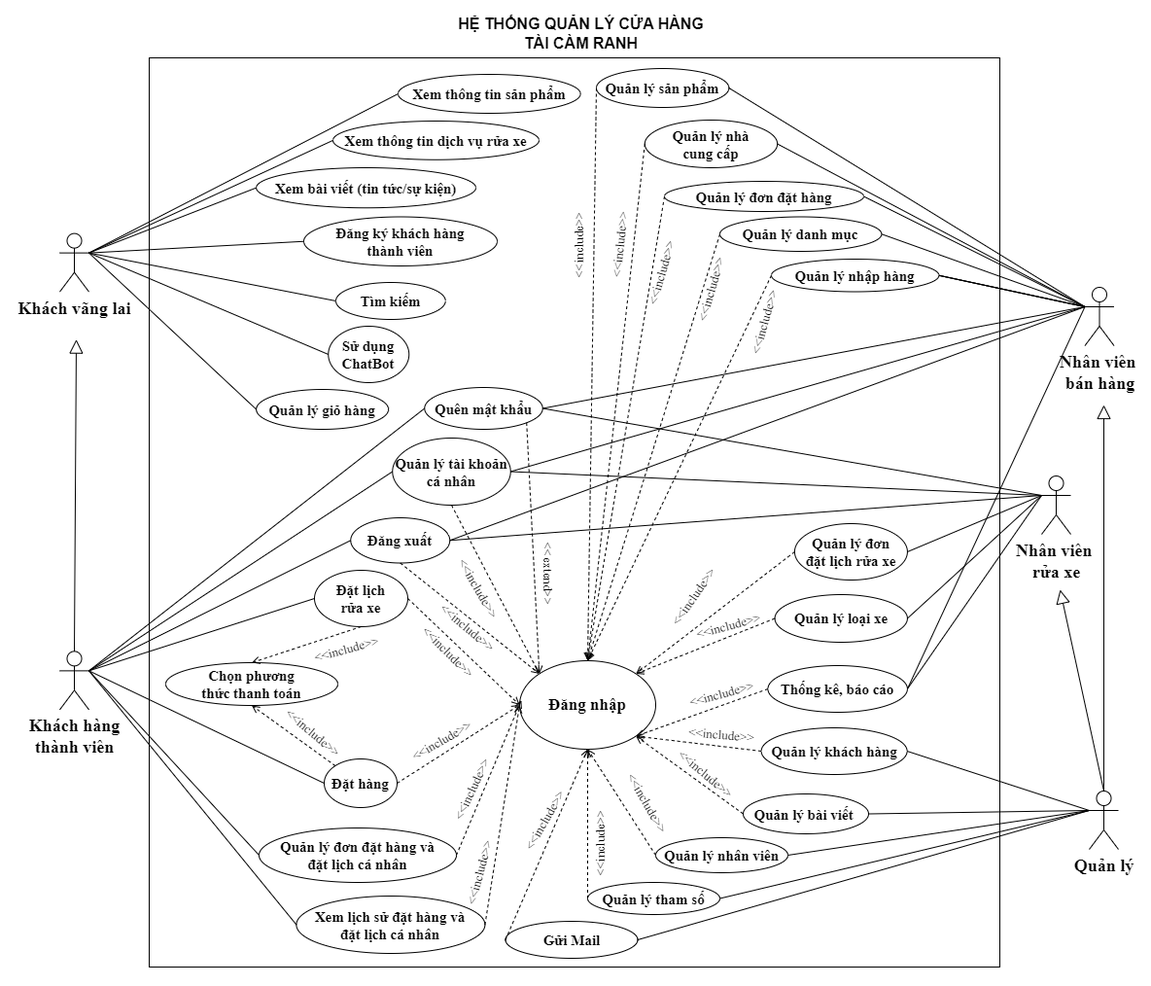
The draw.io diagram SODO/Usecase/Sơ đồ Usecase-Use-case tổng quát.drawio.png in khuevotan/TaiCamRanh_DATN, before a commit. Source tidied: cells renumbered, new cells last; positions are measured from the earlier drawing's top-left corner, leaving out a move shared by most shapes.
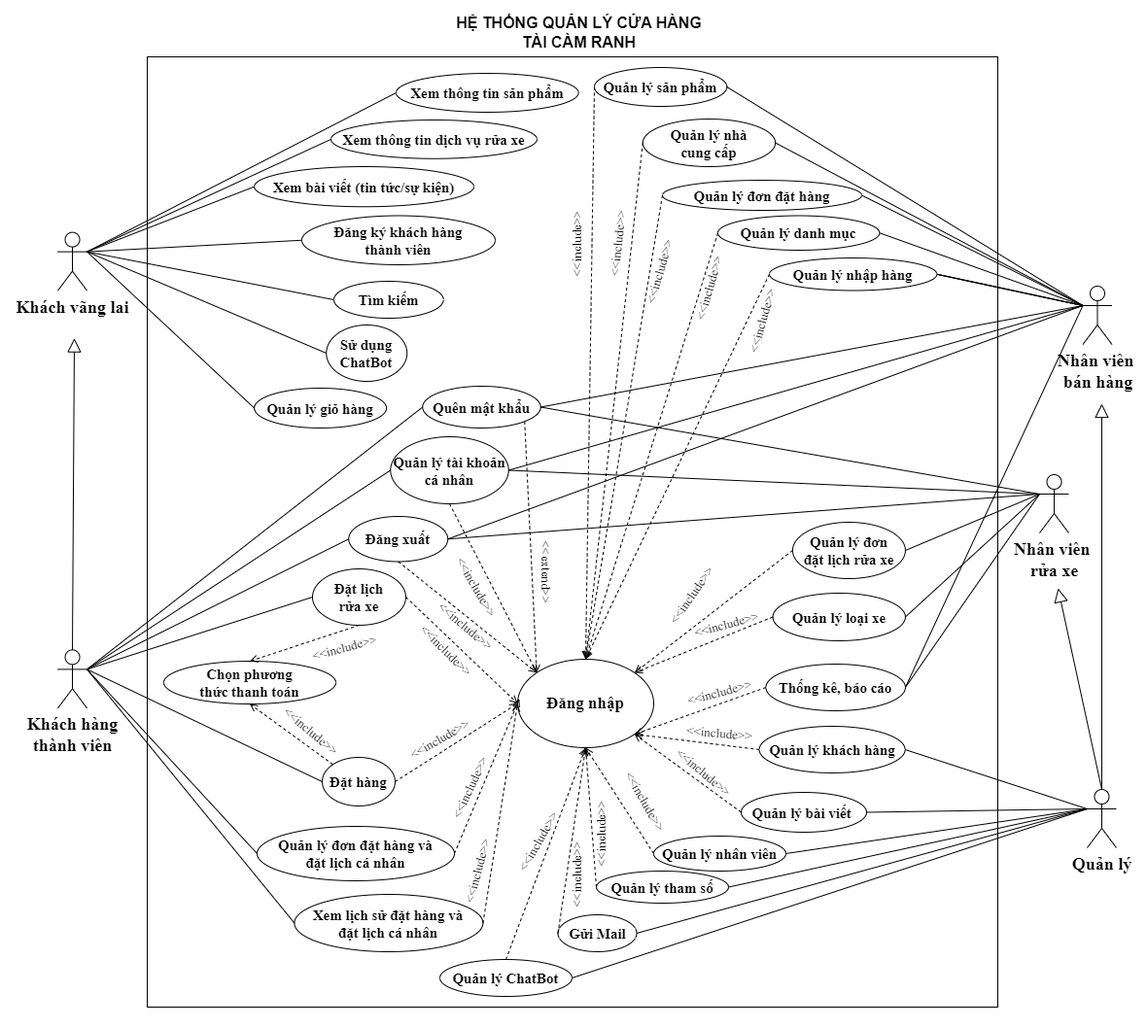
After the change.

Diff of the diagram source:
```diff
@@ -195,10 +195,10 @@
       <mxGeometry x="735.6" y="599" width="136.4" height="49" as="geometry" />
     </mxCell>
     <mxCell id="64" value="&lt;span style=&quot;font-size: 15px;&quot;&gt;Quản lý tham số&lt;/span&gt;" style="ellipse;whiteSpace=wrap;html=1;fontFamily=Times New Roman;fontSize=15;fontStyle=1;" parent="1" vertex="1">
-      <mxGeometry x="543" y="895" width="136" height="33" as="geometry" />
+      <mxGeometry x="554" y="885" width="136" height="33" as="geometry" />
     </mxCell>
     <mxCell id="65" value="Gửi Mail" style="ellipse;whiteSpace=wrap;html=1;fontFamily=Times New Roman;fontSize=15;fontStyle=1;" parent="1" vertex="1">
-      <mxGeometry x="458.5" y="935" width="136" height="38" as="geometry" />
+      <mxGeometry x="514.5" y="930" width="81" height="38" as="geometry" />
     </mxCell>
     <mxCell id="66" style="endArrow=none;html=1;rounded=0;exitX=1;exitY=0.5;exitDx=0;exitDy=0;fontSize=15;entryX=0;entryY=0.3333333333333333;entryDx=0;entryDy=0;entryPerimeter=0;" parent="1" edge="1" source="64" target="11">
       <mxGeometry relative="1" as="geometry" />
@@ -249,13 +249,13 @@
       <mxGeometry x="370" y="643" width="60" height="30" as="geometry" />
     </mxCell>
     <mxCell id="82" value="&lt;font style=&quot;font-size: 13px;&quot;&gt;&amp;lt;&amp;lt;include&amp;gt;&amp;gt;&lt;/font&gt;" style="text;html=1;strokeColor=none;fillColor=none;align=center;verticalAlign=middle;whiteSpace=wrap;rounded=0;fontFamily=Times New Roman;fontSize=13;rotation=-90;fontStyle=0;" parent="1" vertex="1">
-      <mxGeometry x="525" y="839.5" width="60" height="30" as="geometry" />
+      <mxGeometry x="529" y="831" width="60" height="30" as="geometry" />
     </mxCell>
     <mxCell id="83" value="&lt;b&gt;&lt;font style=&quot;font-size: 16px;&quot;&gt;HỆ THỐNG QUẢN LÝ CỬA HÀNG TÀI CÀM RANH&lt;/font&gt;&lt;/b&gt;" style="text;html=1;strokeColor=none;fillColor=none;align=center;verticalAlign=middle;whiteSpace=wrap;rounded=0;" parent="1" vertex="1">
       <mxGeometry x="408" width="257" height="44" as="geometry" />
     </mxCell>
     <mxCell id="84" style="rounded=0;whiteSpace=wrap;html=1;fillColor=none;" parent="1" vertex="1">
-      <mxGeometry x="92" y="47" width="875" height="935" as="geometry" />
+      <mxGeometry x="92" y="47" width="875" height="978" as="geometry" />
     </mxCell>
     <mxCell id="85" style="endArrow=none;html=1;rounded=0;exitX=1;exitY=0.3333333333333333;exitDx=0;exitDy=0;entryX=0;entryY=0.5;entryDx=0;entryDy=0;exitPerimeter=0;" parent="1" edge="1" source="2" target="86">
       <mxGeometry relative="1" as="geometry" />
@@ -318,7 +318,7 @@
       <mxGeometry x="394" y="784" width="60" height="30" as="geometry" />
     </mxCell>
     <mxCell id="105" value="&lt;font style=&quot;font-size: 13px;&quot;&gt;&amp;lt;&amp;lt;include&amp;gt;&amp;gt;&lt;/font&gt;" style="text;html=1;strokeColor=none;fillColor=none;align=center;verticalAlign=middle;whiteSpace=wrap;rounded=0;fontFamily=Times New Roman;fontSize=13;rotation=-60;fontStyle=0;" parent="1" vertex="1">
-      <mxGeometry x="469" y="816" width="60" height="30" as="geometry" />
+      <mxGeometry x="463.8" y="839.5" width="60" height="30" as="geometry" />
     </mxCell>
     <mxCell id="106" value="&lt;font style=&quot;font-size: 13px;&quot;&gt;&amp;lt;&amp;lt;include&amp;gt;&amp;gt;&lt;/font&gt;" style="text;html=1;strokeColor=none;fillColor=none;align=center;verticalAlign=middle;whiteSpace=wrap;rounded=0;fontFamily=Times New Roman;fontSize=13;rotation=-75;fontStyle=0;" parent="1" vertex="1">
       <mxGeometry x="401.2" y="869.5" width="60" height="30" as="geometry" />
@@ -365,5 +365,17 @@
     <mxCell id="120" value="&lt;font style=&quot;font-size: 13px;&quot;&gt;&amp;lt;&amp;lt;include&amp;gt;&amp;gt;&lt;/font&gt;" style="text;html=1;strokeColor=none;fillColor=none;align=center;verticalAlign=middle;whiteSpace=wrap;rounded=0;fontFamily=Times New Roman;fontSize=13;rotation=60;fontStyle=0;" parent="1" vertex="1">
       <mxGeometry x="574.5" y="798" width="60" height="30" as="geometry" />
     </mxCell>
+    <mxCell id="121" value="Quản lý ChatBot" style="ellipse;whiteSpace=wrap;html=1;fontFamily=Times New Roman;fontSize=15;fontStyle=1;" parent="1" vertex="1">
+      <mxGeometry x="393" y="976" width="136" height="38" as="geometry" />
+    </mxCell>
+    <mxCell id="122" style="edgeStyle=none;html=1;endArrow=open;verticalAlign=bottom;dashed=1;labelBackgroundColor=none;rounded=0;exitX=0.5;exitY=0;exitDx=0;exitDy=0;fontSize=15;entryX=0.5;entryY=1;entryDx=0;entryDy=0;" parent="1" edge="1" source="121" target="12">
+      <mxGeometry relative="1" as="geometry" />
+    </mxCell>
+    <mxCell id="123" style="endArrow=none;html=1;rounded=0;exitX=1;exitY=0.5;exitDx=0;exitDy=0;entryX=0;entryY=0.3333333333333333;entryDx=0;entryDy=0;entryPerimeter=0;" parent="1" edge="1" source="121" target="11">
+      <mxGeometry relative="1" as="geometry" />
+    </mxCell>
+    <mxCell id="124" value="&lt;font style=&quot;font-size: 13px;&quot;&gt;&amp;lt;&amp;lt;include&amp;gt;&amp;gt;&lt;/font&gt;" style="text;html=1;strokeColor=none;fillColor=none;align=center;verticalAlign=middle;whiteSpace=wrap;rounded=0;fontFamily=Times New Roman;fontSize=13;rotation=-90;fontStyle=0;" parent="1" vertex="1">
+      <mxGeometry x="504" y="873" width="60" height="30" as="geometry" />
+    </mxCell>
   </root>
 </mxGraphModel>
```
